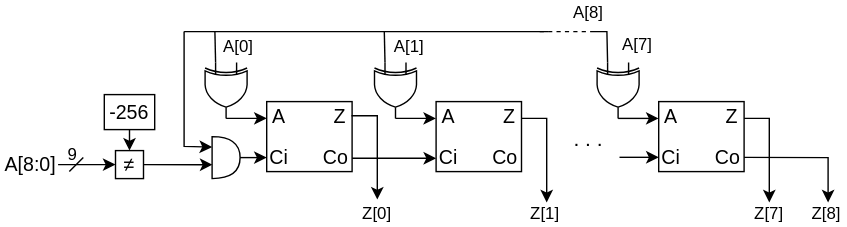
The draw.io diagram diagramas_tfm/absval.svg in tremon36/miTFM, before a commit. Source tidied: cells renumbered, new cells last; positions are measured from the earlier drawing's top-left corner, leaving out a move shared by most shapes. The source it was exported from:
```xml
<mxGraphModel>
  <root>
    <mxCell id="0" />
    <mxCell id="1" parent="0" />
    <mxCell id="2" style="verticalLabelPosition=bottom;shadow=0;dashed=0;align=center;html=1;verticalAlign=top;shape=mxgraph.electrical.logic_gates.logic_gate;operation=xor;rotation=90;" parent="1" vertex="1">
      <mxGeometry x="141" y="49" width="40" height="30" as="geometry" />
    </mxCell>
    <mxCell id="3" style="rounded=0;whiteSpace=wrap;html=1;" parent="1" vertex="1">
      <mxGeometry x="190" y="72" width="61" height="50" as="geometry" />
    </mxCell>
    <mxCell id="4" style="endArrow=classic;html=1;rounded=0;entryX=0;entryY=0.239;entryDx=0;entryDy=0;exitX=1;exitY=0.5;exitDx=0;exitDy=0;exitPerimeter=0;entryPerimeter=0;" parent="1" edge="1" source="2" target="3">
      <mxGeometry relative="1" as="geometry" />
    </mxCell>
    <mxCell id="5" value="&lt;font style=&quot;font-size: 14px;&quot;&gt;A&lt;/font&gt;" style="text;html=1;align=center;verticalAlign=middle;whiteSpace=wrap;rounded=0;" parent="1" vertex="1">
      <mxGeometry x="190" y="75" width="18" height="16" as="geometry" />
    </mxCell>
    <mxCell id="6" value="&lt;font style=&quot;font-size: 14px;&quot;&gt;Ci&lt;/font&gt;" style="text;html=1;align=center;verticalAlign=middle;whiteSpace=wrap;rounded=0;" parent="1" vertex="1">
      <mxGeometry x="192" y="103.6" width="14" height="16.8" as="geometry" />
    </mxCell>
    <mxCell id="7" value="&lt;font style=&quot;font-size: 14px;&quot;&gt;Co&lt;/font&gt;" style="text;html=1;align=center;verticalAlign=middle;whiteSpace=wrap;rounded=0;" parent="1" vertex="1">
      <mxGeometry x="228" y="102.9" width="23" height="18.2" as="geometry" />
    </mxCell>
    <mxCell id="8" value="&lt;font style=&quot;font-size: 14px;&quot;&gt;Z&lt;/font&gt;" style="text;html=1;align=center;verticalAlign=middle;whiteSpace=wrap;rounded=0;" parent="1" vertex="1">
      <mxGeometry x="234" y="75" width="17" height="16" as="geometry" />
    </mxCell>
    <mxCell id="9" value="&lt;font style=&quot;font-size: 14px;&quot;&gt;≠&lt;/font&gt;" style="rounded=0;whiteSpace=wrap;html=1;" parent="1" vertex="1">
      <mxGeometry x="82" y="107" width="20" height="20" as="geometry" />
    </mxCell>
    <mxCell id="10" style="shape=or;whiteSpace=wrap;html=1;" parent="1" vertex="1">
      <mxGeometry x="151" y="97" width="20" height="30" as="geometry" />
    </mxCell>
    <mxCell id="11" style="endArrow=classic;html=1;rounded=0;" parent="1" edge="1">
      <mxGeometry relative="1" as="geometry">
        <mxPoint x="171" y="112" as="sourcePoint" />
        <mxPoint x="190" y="112" as="targetPoint" />
      </mxGeometry>
    </mxCell>
    <mxCell id="12" style="endArrow=classic;html=1;rounded=0;" parent="1" edge="1">
      <mxGeometry relative="1" as="geometry">
        <mxPoint x="41" y="117" as="sourcePoint" />
        <mxPoint x="82" y="117" as="targetPoint" />
      </mxGeometry>
    </mxCell>
    <mxCell id="13" style="endArrow=classic;html=1;rounded=0;entryX=0.5;entryY=0;entryDx=0;entryDy=0;" parent="1" edge="1" target="9">
      <mxGeometry relative="1" as="geometry">
        <mxPoint x="92" y="90" as="sourcePoint" />
      </mxGeometry>
    </mxCell>
    <mxCell id="14" style="endArrow=classic;html=1;rounded=0;exitX=1;exitY=0.5;exitDx=0;exitDy=0;entryX=0.014;entryY=0.669;entryDx=0;entryDy=0;entryPerimeter=0;" parent="1" edge="1" source="9" target="10">
      <mxGeometry relative="1" as="geometry" />
    </mxCell>
    <mxCell id="15" value="&lt;font style=&quot;font-size: 14px;&quot;&gt;-256&lt;/font&gt;" style="rounded=0;whiteSpace=wrap;html=1;" parent="1" vertex="1">
      <mxGeometry x="74" y="67" width="36" height="25" as="geometry" />
    </mxCell>
    <mxCell id="16" style="endArrow=none;html=1;rounded=0;" parent="1" edge="1">
      <mxGeometry relative="1" as="geometry">
        <mxPoint x="49" y="122" as="sourcePoint" />
        <mxPoint x="59" y="112" as="targetPoint" />
      </mxGeometry>
    </mxCell>
    <mxCell id="17" value="9" style="text;html=1;align=center;verticalAlign=middle;whiteSpace=wrap;rounded=0;" parent="1" vertex="1">
      <mxGeometry x="47" y="104" width="9" height="12" as="geometry" />
    </mxCell>
    <mxCell id="18" style="endArrow=classic;html=1;rounded=0;entryX=0;entryY=0.25;entryDx=0;entryDy=0;entryPerimeter=0;" parent="1" edge="1" target="10">
      <mxGeometry relative="1" as="geometry">
        <mxPoint x="131" y="22" as="sourcePoint" />
        <Array as="points">
          <mxPoint x="131" y="104" />
        </Array>
      </mxGeometry>
    </mxCell>
    <mxCell id="19" value="&lt;font style=&quot;font-size: 14px;&quot;&gt;A[8:0]&lt;/font&gt;" style="text;html=1;align=center;verticalAlign=middle;whiteSpace=wrap;rounded=0;" parent="1" vertex="1">
      <mxGeometry y="107" width="43" height="19" as="geometry" />
    </mxCell>
    <mxCell id="20" style="rounded=0;whiteSpace=wrap;html=1;" parent="1" vertex="1">
      <mxGeometry x="311" y="72" width="61" height="50" as="geometry" />
    </mxCell>
    <mxCell id="21" style="endArrow=classic;html=1;rounded=0;entryX=0;entryY=0.75;entryDx=0;entryDy=0;exitX=1;exitY=0.75;exitDx=0;exitDy=0;" parent="1" edge="1">
      <mxGeometry relative="1" as="geometry">
        <mxPoint x="251" y="112.5" as="sourcePoint" />
        <mxPoint x="311" y="112.5" as="targetPoint" />
      </mxGeometry>
    </mxCell>
    <mxCell id="22" style="verticalLabelPosition=bottom;shadow=0;dashed=0;align=center;html=1;verticalAlign=top;shape=mxgraph.electrical.logic_gates.logic_gate;operation=xor;rotation=90;" parent="1" vertex="1">
      <mxGeometry x="262" y="49" width="40" height="30" as="geometry" />
    </mxCell>
    <mxCell id="23" style="endArrow=classic;html=1;rounded=0;entryX=-0.001;entryY=0.24;entryDx=0;entryDy=0;exitX=1;exitY=0.5;exitDx=0;exitDy=0;exitPerimeter=0;entryPerimeter=0;" parent="1" edge="1" source="22" target="20">
      <mxGeometry relative="1" as="geometry" />
    </mxCell>
    <mxCell id="24" style="endArrow=classic;html=1;rounded=0;exitX=0.993;exitY=0.203;exitDx=0;exitDy=0;exitPerimeter=0;" parent="1" edge="1" source="3">
      <mxGeometry relative="1" as="geometry">
        <mxPoint x="269" y="142" as="targetPoint" />
        <Array as="points">
          <mxPoint x="269" y="82" />
        </Array>
      </mxGeometry>
    </mxCell>
    <mxCell id="25" value="&lt;font style=&quot;font-size: 15px;&quot;&gt;. . .&lt;/font&gt;" style="text;html=1;align=center;verticalAlign=middle;whiteSpace=wrap;rounded=0;" parent="1" vertex="1">
      <mxGeometry x="405" y="88" width="30" height="20" as="geometry" />
    </mxCell>
    <mxCell id="26" style="endArrow=classic;html=1;rounded=0;exitX=0.993;exitY=0.203;exitDx=0;exitDy=0;exitPerimeter=0;" parent="1" edge="1">
      <mxGeometry relative="1" as="geometry">
        <mxPoint x="372" y="84" as="sourcePoint" />
        <mxPoint x="390" y="144" as="targetPoint" />
        <Array as="points">
          <mxPoint x="390" y="84" />
        </Array>
      </mxGeometry>
    </mxCell>
    <mxCell id="27" style="rounded=0;whiteSpace=wrap;html=1;" parent="1" vertex="1">
      <mxGeometry x="470" y="72" width="61" height="50" as="geometry" />
    </mxCell>
    <mxCell id="28" style="verticalLabelPosition=bottom;shadow=0;dashed=0;align=center;html=1;verticalAlign=top;shape=mxgraph.electrical.logic_gates.logic_gate;operation=xor;rotation=90;" parent="1" vertex="1">
      <mxGeometry x="421" y="49" width="40" height="30" as="geometry" />
    </mxCell>
    <mxCell id="29" style="endArrow=classic;html=1;rounded=0;entryX=-0.001;entryY=0.24;entryDx=0;entryDy=0;exitX=1;exitY=0.5;exitDx=0;exitDy=0;exitPerimeter=0;entryPerimeter=0;" parent="1" edge="1" source="28" target="27">
      <mxGeometry relative="1" as="geometry" />
    </mxCell>
    <mxCell id="30" style="endArrow=classic;html=1;rounded=0;" parent="1" edge="1">
      <mxGeometry relative="1" as="geometry">
        <mxPoint x="442" y="111.8" as="sourcePoint" />
        <mxPoint x="470" y="111.8" as="targetPoint" />
      </mxGeometry>
    </mxCell>
    <mxCell id="31" style="endArrow=classic;html=1;rounded=0;exitX=0.993;exitY=0.203;exitDx=0;exitDy=0;exitPerimeter=0;" parent="1" edge="1">
      <mxGeometry relative="1" as="geometry">
        <mxPoint x="531" y="84" as="sourcePoint" />
        <mxPoint x="549" y="144" as="targetPoint" />
        <Array as="points">
          <mxPoint x="549" y="84" />
        </Array>
      </mxGeometry>
    </mxCell>
    <mxCell id="32" style="endArrow=classic;html=1;rounded=0;" parent="1" edge="1">
      <mxGeometry relative="1" as="geometry">
        <mxPoint x="531" y="111.8" as="sourcePoint" />
        <mxPoint x="591" y="144" as="targetPoint" />
        <Array as="points">
          <mxPoint x="591" y="112" />
        </Array>
      </mxGeometry>
    </mxCell>
    <mxCell id="33" value="&lt;font style=&quot;font-size: 14px;&quot;&gt;A&lt;/font&gt;" style="text;html=1;align=center;verticalAlign=middle;whiteSpace=wrap;rounded=0;" parent="1" vertex="1">
      <mxGeometry x="470" y="74.9" width="18" height="16" as="geometry" />
    </mxCell>
    <mxCell id="34" value="&lt;font style=&quot;font-size: 14px;&quot;&gt;Ci&lt;/font&gt;" style="text;html=1;align=center;verticalAlign=middle;whiteSpace=wrap;rounded=0;" parent="1" vertex="1">
      <mxGeometry x="472" y="103.5" width="14" height="16.8" as="geometry" />
    </mxCell>
    <mxCell id="35" value="&lt;font style=&quot;font-size: 14px;&quot;&gt;Co&lt;/font&gt;" style="text;html=1;align=center;verticalAlign=middle;whiteSpace=wrap;rounded=0;" parent="1" vertex="1">
      <mxGeometry x="508" y="102.8" width="23" height="18.2" as="geometry" />
    </mxCell>
    <mxCell id="36" value="&lt;font style=&quot;font-size: 14px;&quot;&gt;Z&lt;/font&gt;" style="text;html=1;align=center;verticalAlign=middle;whiteSpace=wrap;rounded=0;" parent="1" vertex="1">
      <mxGeometry x="514" y="74.9" width="17" height="16" as="geometry" />
    </mxCell>
    <mxCell id="37" value="&lt;font style=&quot;font-size: 14px;&quot;&gt;A&lt;/font&gt;" style="text;html=1;align=center;verticalAlign=middle;whiteSpace=wrap;rounded=0;" parent="1" vertex="1">
      <mxGeometry x="311" y="74.9" width="18" height="16" as="geometry" />
    </mxCell>
    <mxCell id="38" value="&lt;font style=&quot;font-size: 14px;&quot;&gt;Ci&lt;/font&gt;" style="text;html=1;align=center;verticalAlign=middle;whiteSpace=wrap;rounded=0;" parent="1" vertex="1">
      <mxGeometry x="313" y="103.6" width="14" height="16.8" as="geometry" />
    </mxCell>
    <mxCell id="39" value="&lt;font style=&quot;font-size: 14px;&quot;&gt;Co&lt;/font&gt;" style="text;html=1;align=center;verticalAlign=middle;whiteSpace=wrap;rounded=0;" parent="1" vertex="1">
      <mxGeometry x="349" y="102.8" width="23" height="18.2" as="geometry" />
    </mxCell>
    <mxCell id="40" value="&lt;font style=&quot;font-size: 14px;&quot;&gt;Z&lt;/font&gt;" style="text;html=1;align=center;verticalAlign=middle;whiteSpace=wrap;rounded=0;" parent="1" vertex="1">
      <mxGeometry x="355" y="74.9" width="17" height="16" as="geometry" />
    </mxCell>
    <mxCell id="41" style="endArrow=none;html=1;rounded=0;" parent="1" edge="1">
      <mxGeometry relative="1" as="geometry">
        <mxPoint x="131" y="22" as="sourcePoint" />
        <mxPoint x="391" y="22" as="targetPoint" />
      </mxGeometry>
    </mxCell>
    <mxCell id="42" style="endArrow=none;dashed=1;html=1;rounded=0;" parent="1" edge="1">
      <mxGeometry relative="1" as="geometry">
        <mxPoint x="385" y="22" as="sourcePoint" />
        <mxPoint x="421" y="22" as="targetPoint" />
      </mxGeometry>
    </mxCell>
    <mxCell id="43" style="endArrow=none;html=1;rounded=0;exitX=0;exitY=0.75;exitDx=0;exitDy=0;exitPerimeter=0;" parent="1" edge="1" source="28">
      <mxGeometry relative="1" as="geometry">
        <mxPoint x="421" y="22" as="targetPoint" />
        <Array as="points">
          <mxPoint x="433" y="22" />
        </Array>
      </mxGeometry>
    </mxCell>
    <mxCell id="44" style="endArrow=none;html=1;rounded=0;exitX=0;exitY=0.75;exitDx=0;exitDy=0;exitPerimeter=0;" parent="1" edge="1" source="22">
      <mxGeometry relative="1" as="geometry">
        <mxPoint x="274" y="22" as="targetPoint" />
      </mxGeometry>
    </mxCell>
    <mxCell id="45" style="endArrow=none;html=1;rounded=0;exitX=0;exitY=0.75;exitDx=0;exitDy=0;exitPerimeter=0;" parent="1" edge="1" source="2">
      <mxGeometry relative="1" as="geometry">
        <mxPoint x="153" y="22" as="targetPoint" />
      </mxGeometry>
    </mxCell>
    <mxCell id="46" value="A[8]" style="text;html=1;align=center;verticalAlign=middle;whiteSpace=wrap;rounded=0;" parent="1" vertex="1">
      <mxGeometry x="405" width="30" height="18" as="geometry" />
    </mxCell>
    <mxCell id="47" value="A[7]" style="text;html=1;align=center;verticalAlign=middle;whiteSpace=wrap;rounded=0;" parent="1" vertex="1">
      <mxGeometry x="440" y="23" width="30" height="18" as="geometry" />
    </mxCell>
    <mxCell id="48" value="A[1]" style="text;html=1;align=center;verticalAlign=middle;whiteSpace=wrap;rounded=0;" parent="1" vertex="1">
      <mxGeometry x="277" y="24" width="30" height="18" as="geometry" />
    </mxCell>
    <mxCell id="49" value="A[0]" style="text;html=1;align=center;verticalAlign=middle;whiteSpace=wrap;rounded=0;" parent="1" vertex="1">
      <mxGeometry x="155" y="24" width="30" height="18" as="geometry" />
    </mxCell>
    <mxCell id="50" value="Z[0]" style="text;html=1;align=center;verticalAlign=middle;whiteSpace=wrap;rounded=0;" parent="1" vertex="1">
      <mxGeometry x="254" y="143" width="30" height="18" as="geometry" />
    </mxCell>
    <mxCell id="51" value="Z[1]" style="text;html=1;align=center;verticalAlign=middle;whiteSpace=wrap;rounded=0;" parent="1" vertex="1">
      <mxGeometry x="374" y="143" width="30" height="18" as="geometry" />
    </mxCell>
    <mxCell id="52" value="Z[7]" style="text;html=1;align=center;verticalAlign=middle;whiteSpace=wrap;rounded=0;" parent="1" vertex="1">
      <mxGeometry x="534" y="143" width="30" height="18" as="geometry" />
    </mxCell>
    <mxCell id="53" value="Z[8]" style="text;html=1;align=center;verticalAlign=middle;whiteSpace=wrap;rounded=0;" parent="1" vertex="1">
      <mxGeometry x="575" y="143" width="30" height="18" as="geometry" />
    </mxCell>
  </root>
</mxGraphModel>
```
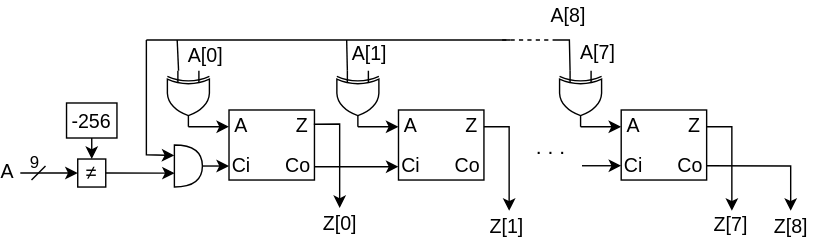
The same file after the commit.

Change to the diagram source:
```diff
@@ -69,8 +69,8 @@
         </Array>
       </mxGeometry>
     </mxCell>
-    <mxCell id="19" value="&lt;font style=&quot;font-size: 14px;&quot;&gt;A[8:0]&lt;/font&gt;" style="text;html=1;align=center;verticalAlign=middle;whiteSpace=wrap;rounded=0;" parent="1" vertex="1">
-      <mxGeometry y="107" width="43" height="19" as="geometry" />
+    <mxCell id="19" value="&lt;font style=&quot;font-size: 14px;&quot;&gt;A&lt;/font&gt;" style="text;html=1;align=center;verticalAlign=middle;whiteSpace=wrap;rounded=0;" parent="1" vertex="1">
+      <mxGeometry x="27" y="111" width="10" height="10" as="geometry" />
     </mxCell>
     <mxCell id="20" style="rounded=0;whiteSpace=wrap;html=1;" parent="1" vertex="1">
       <mxGeometry x="311" y="72" width="61" height="50" as="geometry" />
@@ -189,34 +189,35 @@
         <mxPoint x="274" y="22" as="targetPoint" />
       </mxGeometry>
     </mxCell>
-    <mxCell id="45" style="endArrow=none;html=1;rounded=0;exitX=0;exitY=0.75;exitDx=0;exitDy=0;exitPerimeter=0;" parent="1" edge="1" source="2">
+    <mxCell id="45" style="endArrow=none;html=1;rounded=0;exitX=0;exitY=0.75;exitDx=0;exitDy=0;exitPerimeter=0;" parent="1" edge="1">
       <mxGeometry relative="1" as="geometry">
+        <mxPoint x="154" y="44" as="sourcePoint" />
         <mxPoint x="153" y="22" as="targetPoint" />
       </mxGeometry>
     </mxCell>
+    <mxCell id="50" value="&lt;span style=&quot;font-size: 14px;&quot;&gt;Z[0]&lt;/span&gt;" style="text;html=1;align=center;verticalAlign=middle;whiteSpace=wrap;rounded=0;" parent="1" vertex="1">
+      <mxGeometry x="250" y="142" width="39" height="22" as="geometry" />
+    </mxCell>
+    <mxCell id="51" value="&lt;span style=&quot;font-size: 14px;&quot;&gt;Z[1]&lt;/span&gt;" style="text;html=1;align=center;verticalAlign=middle;whiteSpace=wrap;rounded=0;" parent="1" vertex="1">
+      <mxGeometry x="369" y="144" width="39" height="22" as="geometry" />
+    </mxCell>
+    <mxCell id="52" value="&lt;span style=&quot;font-size: 14px;&quot;&gt;Z[7]&lt;/span&gt;" style="text;html=1;align=center;verticalAlign=middle;whiteSpace=wrap;rounded=0;" parent="1" vertex="1">
+      <mxGeometry x="529" y="143" width="39" height="22" as="geometry" />
+    </mxCell>
+    <mxCell id="53" value="&lt;span style=&quot;font-size: 14px;&quot;&gt;Z[8]&lt;/span&gt;" style="text;html=1;align=center;verticalAlign=middle;whiteSpace=wrap;rounded=0;" parent="1" vertex="1">
+      <mxGeometry x="572" y="144" width="39" height="22" as="geometry" />
+    </mxCell>
-    <mxCell id="46" value="A[8]" style="text;html=1;align=center;verticalAlign=middle;whiteSpace=wrap;rounded=0;" parent="1" vertex="1">
-      <mxGeometry x="405" width="30" height="18" as="geometry" />
+    <mxCell id="46" value="&lt;span style=&quot;font-size: 14px;&quot;&gt;A[8]&lt;/span&gt;" style="text;html=1;align=center;verticalAlign=middle;whiteSpace=wrap;rounded=0;" parent="1" vertex="1">
+      <mxGeometry x="413" y="-6" width="39" height="22" as="geometry" />
     </mxCell>
-    <mxCell id="47" value="A[7]" style="text;html=1;align=center;verticalAlign=middle;whiteSpace=wrap;rounded=0;" parent="1" vertex="1">
-      <mxGeometry x="440" y="23" width="30" height="18" as="geometry" />
+    <mxCell id="47" value="&lt;span style=&quot;font-size: 14px;&quot;&gt;A[7]&lt;/span&gt;" style="text;html=1;align=center;verticalAlign=middle;whiteSpace=wrap;rounded=0;" parent="1" vertex="1">
+      <mxGeometry x="434" y="20" width="39" height="22" as="geometry" />
     </mxCell>
-    <mxCell id="48" value="A[1]" style="text;html=1;align=center;verticalAlign=middle;whiteSpace=wrap;rounded=0;" parent="1" vertex="1">
-      <mxGeometry x="277" y="24" width="30" height="18" as="geometry" />
+    <mxCell id="48" value="&lt;span style=&quot;font-size: 14px;&quot;&gt;A[1]&lt;/span&gt;" style="text;html=1;align=center;verticalAlign=middle;whiteSpace=wrap;rounded=0;" parent="1" vertex="1">
+      <mxGeometry x="271" y="21" width="39" height="22" as="geometry" />
     </mxCell>
-    <mxCell id="49" value="A[0]" style="text;html=1;align=center;verticalAlign=middle;whiteSpace=wrap;rounded=0;" parent="1" vertex="1">
-      <mxGeometry x="155" y="24" width="30" height="18" as="geometry" />
+    <mxCell id="49" value="&lt;span style=&quot;font-size: 14px;&quot;&gt;A[0]&lt;/span&gt;" style="text;html=1;align=center;verticalAlign=middle;whiteSpace=wrap;rounded=0;" parent="1" vertex="1">
+      <mxGeometry x="154" y="22" width="39" height="22" as="geometry" />
     </mxCell>
-    <mxCell id="50" value="Z[0]" style="text;html=1;align=center;verticalAlign=middle;whiteSpace=wrap;rounded=0;" parent="1" vertex="1">
-      <mxGeometry x="254" y="143" width="30" height="18" as="geometry" />
-    </mxCell>
-    <mxCell id="51" value="Z[1]" style="text;html=1;align=center;verticalAlign=middle;whiteSpace=wrap;rounded=0;" parent="1" vertex="1">
-      <mxGeometry x="374" y="143" width="30" height="18" as="geometry" />
-    </mxCell>
-    <mxCell id="52" value="Z[7]" style="text;html=1;align=center;verticalAlign=middle;whiteSpace=wrap;rounded=0;" parent="1" vertex="1">
-      <mxGeometry x="534" y="143" width="30" height="18" as="geometry" />
-    </mxCell>
-    <mxCell id="53" value="Z[8]" style="text;html=1;align=center;verticalAlign=middle;whiteSpace=wrap;rounded=0;" parent="1" vertex="1">
-      <mxGeometry x="575" y="143" width="30" height="18" as="geometry" />
-    </mxCell>
   </root>
 </mxGraphModel>
```
